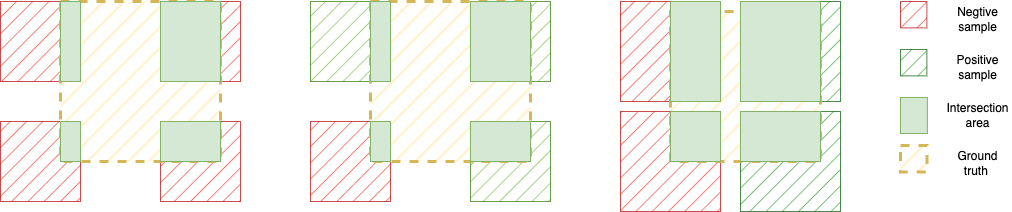
Earlier version of the draw.io export all_label_assign.png (johnran103/diagrams). Source tidied: cells renumbered, new cells last; positions are measured from the earlier drawing's top-left corner, leaving out a move shared by most shapes. Source of this version:
```xml
<mxGraphModel>
  <root>
    <mxCell id="0" />
    <mxCell id="1" parent="0" />
    <mxCell id="2" style="whiteSpace=wrap;html=1;fillColor=#e51400;fontColor=#ffffff;strokeColor=#B20000;opacity=70;fillStyle=hatch;" parent="1" vertex="1">
      <mxGeometry width="80" height="80" as="geometry" />
    </mxCell>
    <mxCell id="3" style="whiteSpace=wrap;html=1;fillColor=#e51400;fontColor=#ffffff;strokeColor=#B20000;opacity=70;fillStyle=hatch;" parent="1" vertex="1">
      <mxGeometry y="120" width="80" height="80" as="geometry" />
    </mxCell>
    <mxCell id="4" style="whiteSpace=wrap;html=1;fillColor=#e51400;fontColor=#ffffff;strokeColor=#B20000;opacity=70;fillStyle=hatch;" parent="1" vertex="1">
      <mxGeometry x="160" y="120" width="80" height="80" as="geometry" />
    </mxCell>
    <mxCell id="5" style="whiteSpace=wrap;html=1;fillColor=#e51400;fontColor=#ffffff;strokeColor=#B20000;opacity=70;fillStyle=hatch;" parent="1" vertex="1">
      <mxGeometry x="160" width="80" height="80" as="geometry" />
    </mxCell>
    <mxCell id="6" style="whiteSpace=wrap;html=1;strokeWidth=3;dashed=1;fillStyle=hatch;fillColor=#fff2cc;strokeColor=#d6b656;" parent="1" vertex="1">
      <mxGeometry x="60" width="160" height="160" as="geometry" />
    </mxCell>
    <mxCell id="7" style="rounded=0;whiteSpace=wrap;html=1;fillColor=#d5e8d4;strokeColor=#82b366;" parent="1" vertex="1">
      <mxGeometry x="160" width="60" height="80" as="geometry" />
    </mxCell>
    <mxCell id="8" style="rounded=0;whiteSpace=wrap;html=1;fillColor=#d5e8d4;strokeColor=#82b366;" parent="1" vertex="1">
      <mxGeometry x="160" y="120" width="60" height="40" as="geometry" />
    </mxCell>
    <mxCell id="9" style="rounded=0;whiteSpace=wrap;html=1;fillColor=#d5e8d4;strokeColor=#82b366;" parent="1" vertex="1">
      <mxGeometry x="60" width="20" height="80" as="geometry" />
    </mxCell>
    <mxCell id="10" style="rounded=0;whiteSpace=wrap;html=1;fillColor=#d5e8d4;strokeColor=#82b366;" parent="1" vertex="1">
      <mxGeometry x="60" y="120" width="20" height="40" as="geometry" />
    </mxCell>
    <mxCell id="11" style="whiteSpace=wrap;html=1;fillColor=#60a917;strokeColor=#2D7600;opacity=70;fillStyle=hatch;fontColor=#ffffff;" parent="1" vertex="1">
      <mxGeometry x="310" width="80" height="80" as="geometry" />
    </mxCell>
    <mxCell id="12" style="whiteSpace=wrap;html=1;fillColor=#60a917;strokeColor=#2D7600;opacity=70;fillStyle=hatch;fontColor=#ffffff;" parent="1" vertex="1">
      <mxGeometry x="470" y="120" width="80" height="80" as="geometry" />
    </mxCell>
    <mxCell id="13" style="whiteSpace=wrap;html=1;fillColor=#e51400;fontColor=#ffffff;strokeColor=#B20000;opacity=70;fillStyle=hatch;" parent="1" vertex="1">
      <mxGeometry x="310" y="120" width="80" height="80" as="geometry" />
    </mxCell>
    <mxCell id="14" style="whiteSpace=wrap;html=1;fillColor=#60a917;strokeColor=#2D7600;opacity=70;fillStyle=hatch;fontColor=#ffffff;" parent="1" vertex="1">
      <mxGeometry x="470" width="80" height="80" as="geometry" />
    </mxCell>
    <mxCell id="15" style="whiteSpace=wrap;html=1;strokeWidth=3;dashed=1;fillStyle=hatch;fillColor=#fff2cc;strokeColor=#d6b656;" parent="1" vertex="1">
      <mxGeometry x="370" width="160" height="160" as="geometry" />
    </mxCell>
    <mxCell id="16" style="rounded=0;whiteSpace=wrap;html=1;fillColor=#d5e8d4;strokeColor=#82b366;" parent="1" vertex="1">
      <mxGeometry x="470" width="60" height="80" as="geometry" />
    </mxCell>
    <mxCell id="17" style="rounded=0;whiteSpace=wrap;html=1;fillColor=#d5e8d4;strokeColor=#82b366;" parent="1" vertex="1">
      <mxGeometry x="470" y="120" width="60" height="40" as="geometry" />
    </mxCell>
    <mxCell id="18" style="rounded=0;whiteSpace=wrap;html=1;fillColor=#d5e8d4;strokeColor=#82b366;" parent="1" vertex="1">
      <mxGeometry x="370" width="20" height="80" as="geometry" />
    </mxCell>
    <mxCell id="19" style="rounded=0;whiteSpace=wrap;html=1;fillColor=#d5e8d4;strokeColor=#82b366;" parent="1" vertex="1">
      <mxGeometry x="370" y="120" width="20" height="40" as="geometry" />
    </mxCell>
    <mxCell id="20" style="whiteSpace=wrap;html=1;fillColor=#008a00;strokeColor=#005700;opacity=70;fillStyle=hatch;fontColor=#ffffff;" parent="1" vertex="1">
      <mxGeometry x="740" y="110" width="100" height="100" as="geometry" />
    </mxCell>
    <mxCell id="21" style="whiteSpace=wrap;html=1;fillColor=#e51400;fontColor=#ffffff;strokeColor=#B20000;opacity=70;fillStyle=hatch;" parent="1" vertex="1">
      <mxGeometry x="620" width="100" height="100" as="geometry" />
    </mxCell>
    <mxCell id="22" style="whiteSpace=wrap;html=1;fillColor=#e51400;fontColor=#ffffff;strokeColor=#B20000;opacity=70;fillStyle=hatch;" parent="1" vertex="1">
      <mxGeometry x="620" y="110" width="100" height="100" as="geometry" />
    </mxCell>
    <mxCell id="23" style="whiteSpace=wrap;html=1;fillColor=#008a00;strokeColor=#005700;opacity=70;fillStyle=hatch;fontColor=#ffffff;" parent="1" vertex="1">
      <mxGeometry x="740" width="100" height="100" as="geometry" />
    </mxCell>
    <mxCell id="24" style="whiteSpace=wrap;html=1;strokeWidth=3;dashed=1;fillStyle=hatch;fillColor=#fff2cc;strokeColor=#d6b656;" parent="1" vertex="1">
      <mxGeometry x="670" y="10" width="150" height="150" as="geometry" />
    </mxCell>
    <mxCell id="25" style="rounded=0;whiteSpace=wrap;html=1;fillColor=#d5e8d4;strokeColor=#82b366;" parent="1" vertex="1">
      <mxGeometry x="740" width="80" height="100" as="geometry" />
    </mxCell>
    <mxCell id="26" style="rounded=0;whiteSpace=wrap;html=1;fillColor=#d5e8d4;strokeColor=#82b366;" parent="1" vertex="1">
      <mxGeometry x="740" y="110" width="80" height="50" as="geometry" />
    </mxCell>
    <mxCell id="27" style="rounded=0;whiteSpace=wrap;html=1;fillColor=#d5e8d4;strokeColor=#82b366;" parent="1" vertex="1">
      <mxGeometry x="670" width="50" height="100" as="geometry" />
    </mxCell>
    <mxCell id="28" style="rounded=0;whiteSpace=wrap;html=1;fillColor=#d5e8d4;strokeColor=#82b366;" parent="1" vertex="1">
      <mxGeometry x="670" y="110" width="50" height="50" as="geometry" />
    </mxCell>
    <mxCell id="29" style="group;" parent="1" vertex="1">
      <mxGeometry x="900" width="110" height="180" as="geometry" />
    </mxCell>
    <mxCell id="30" style="whiteSpace=wrap;html=1;fillColor=#008a00;strokeColor=#005700;opacity=70;fillStyle=hatch;fontColor=#ffffff;" parent="29" vertex="1">
      <mxGeometry y="48" width="26.4" height="26.4" as="geometry" />
    </mxCell>
    <mxCell id="31" style="whiteSpace=wrap;html=1;fillColor=#e51400;fontColor=#ffffff;strokeColor=#B20000;opacity=70;fillStyle=hatch;" parent="29" vertex="1">
      <mxGeometry width="26.4" height="26.4" as="geometry" />
    </mxCell>
    <mxCell id="32" style="whiteSpace=wrap;html=1;strokeWidth=3;dashed=1;fillStyle=hatch;fillColor=#fff2cc;strokeColor=#d6b656;" parent="29" vertex="1">
      <mxGeometry y="144" width="26.4" height="26.4" as="geometry" />
    </mxCell>
    <mxCell id="33" style="rounded=0;whiteSpace=wrap;html=1;fillColor=#d5e8d4;strokeColor=#82b366;" parent="29" vertex="1">
      <mxGeometry y="96" width="26.8" height="36" as="geometry" />
    </mxCell>
    <mxCell id="34" value="Negtive sample" style="text;html=1;strokeColor=none;fillColor=none;align=center;verticalAlign=middle;whiteSpace=wrap;rounded=0;" parent="29" vertex="1">
      <mxGeometry x="44.7" y="9" width="65.3" height="18" as="geometry" />
    </mxCell>
    <mxCell id="35" value="Positive sample" style="text;html=1;strokeColor=none;fillColor=none;align=center;verticalAlign=middle;whiteSpace=wrap;rounded=0;" parent="29" vertex="1">
      <mxGeometry x="44.7" y="57" width="65.3" height="18" as="geometry" />
    </mxCell>
    <mxCell id="36" value="Intersection area" style="text;html=1;strokeColor=none;fillColor=none;align=center;verticalAlign=middle;whiteSpace=wrap;rounded=0;" parent="29" vertex="1">
      <mxGeometry x="44.7" y="105" width="65.3" height="18" as="geometry" />
    </mxCell>
    <mxCell id="37" value="Ground truth&amp;nbsp;" style="text;html=1;strokeColor=none;fillColor=none;align=center;verticalAlign=middle;whiteSpace=wrap;rounded=0;" parent="29" vertex="1">
      <mxGeometry x="44.7" y="153" width="65.3" height="18" as="geometry" />
    </mxCell>
  </root>
</mxGraphModel>
```
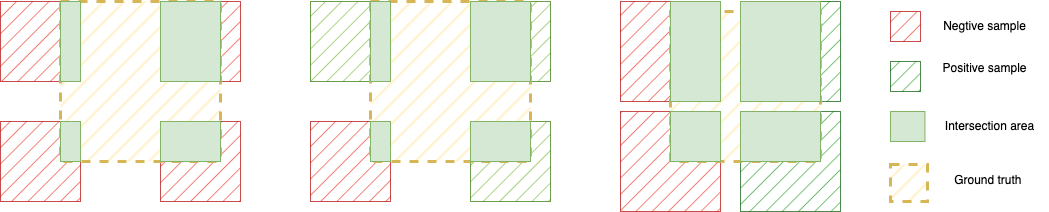
The same diagram one commit later.

What changed in the source:
```diff
@@ -83,32 +83,29 @@
     <mxCell id="28" style="rounded=0;whiteSpace=wrap;html=1;fillColor=#d5e8d4;strokeColor=#82b366;" parent="1" vertex="1">
       <mxGeometry x="670" y="110" width="50" height="50" as="geometry" />
     </mxCell>
-    <mxCell id="29" style="group;" parent="1" vertex="1">
-      <mxGeometry x="900" width="110" height="180" as="geometry" />
-    </mxCell>
-    <mxCell id="30" style="whiteSpace=wrap;html=1;fillColor=#008a00;strokeColor=#005700;opacity=70;fillStyle=hatch;fontColor=#ffffff;" parent="29" vertex="1">
-      <mxGeometry y="48" width="26.4" height="26.4" as="geometry" />
+    <mxCell id="30" style="whiteSpace=wrap;html=1;fillColor=#008a00;strokeColor=#005700;opacity=70;fillStyle=hatch;fontColor=#ffffff;" parent="1" vertex="1">
+      <mxGeometry x="890" y="60" width="30" height="30" as="geometry" />
     </mxCell>
-    <mxCell id="31" style="whiteSpace=wrap;html=1;fillColor=#e51400;fontColor=#ffffff;strokeColor=#B20000;opacity=70;fillStyle=hatch;" parent="29" vertex="1">
-      <mxGeometry width="26.4" height="26.4" as="geometry" />
+    <mxCell id="31" style="whiteSpace=wrap;html=1;fillColor=#e51400;fontColor=#ffffff;strokeColor=#B20000;opacity=70;fillStyle=hatch;" parent="1" vertex="1">
+      <mxGeometry x="890" y="10" width="30" height="30" as="geometry" />
     </mxCell>
-    <mxCell id="32" style="whiteSpace=wrap;html=1;strokeWidth=3;dashed=1;fillStyle=hatch;fillColor=#fff2cc;strokeColor=#d6b656;" parent="29" vertex="1">
-      <mxGeometry y="144" width="26.4" height="26.4" as="geometry" />
+    <mxCell id="32" style="whiteSpace=wrap;html=1;strokeWidth=3;dashed=1;fillStyle=hatch;fillColor=#fff2cc;strokeColor=#d6b656;" parent="1" vertex="1">
+      <mxGeometry x="890" y="163" width="37" height="37" as="geometry" />
     </mxCell>
-    <mxCell id="33" style="rounded=0;whiteSpace=wrap;html=1;fillColor=#d5e8d4;strokeColor=#82b366;" parent="29" vertex="1">
-      <mxGeometry y="96" width="26.8" height="36" as="geometry" />
+    <mxCell id="33" style="rounded=0;whiteSpace=wrap;html=1;fillColor=#d5e8d4;strokeColor=#82b366;" parent="1" vertex="1">
+      <mxGeometry x="890" y="110" width="34.5" height="30" as="geometry" />
     </mxCell>
-    <mxCell id="34" value="Negtive sample" style="text;html=1;strokeColor=none;fillColor=none;align=center;verticalAlign=middle;whiteSpace=wrap;rounded=0;" parent="29" vertex="1">
-      <mxGeometry x="44.7" y="9" width="65.3" height="18" as="geometry" />
+    <mxCell id="34" value="Negtive sample" style="text;html=1;strokeColor=none;fillColor=none;align=center;verticalAlign=middle;whiteSpace=wrap;rounded=0;" parent="1" vertex="1">
+      <mxGeometry x="927" y="16" width="115.3" height="18" as="geometry" />
     </mxCell>
-    <mxCell id="35" value="Positive sample" style="text;html=1;strokeColor=none;fillColor=none;align=center;verticalAlign=middle;whiteSpace=wrap;rounded=0;" parent="29" vertex="1">
-      <mxGeometry x="44.7" y="57" width="65.3" height="18" as="geometry" />
+    <mxCell id="35" value="Positive sample" style="text;html=1;strokeColor=none;fillColor=none;align=center;verticalAlign=middle;whiteSpace=wrap;rounded=0;" parent="1" vertex="1">
+      <mxGeometry x="932" y="60" width="105.3" height="13" as="geometry" />
     </mxCell>
-    <mxCell id="36" value="Intersection area" style="text;html=1;strokeColor=none;fillColor=none;align=center;verticalAlign=middle;whiteSpace=wrap;rounded=0;" parent="29" vertex="1">
-      <mxGeometry x="44.7" y="105" width="65.3" height="18" as="geometry" />
+    <mxCell id="36" value="Intersection area" style="text;html=1;strokeColor=none;fillColor=none;align=center;verticalAlign=middle;whiteSpace=wrap;rounded=0;" parent="1" vertex="1">
+      <mxGeometry x="937" y="116" width="105.3" height="18" as="geometry" />
     </mxCell>
-    <mxCell id="37" value="Ground truth&amp;nbsp;" style="text;html=1;strokeColor=none;fillColor=none;align=center;verticalAlign=middle;whiteSpace=wrap;rounded=0;" parent="29" vertex="1">
-      <mxGeometry x="44.7" y="153" width="65.3" height="18" as="geometry" />
+    <mxCell id="37" value="Ground truth&amp;nbsp;" style="text;html=1;strokeColor=none;fillColor=none;align=center;verticalAlign=middle;whiteSpace=wrap;rounded=0;" parent="1" vertex="1">
+      <mxGeometry x="932" y="170" width="115.3" height="18" as="geometry" />
     </mxCell>
   </root>
 </mxGraphModel>
```
